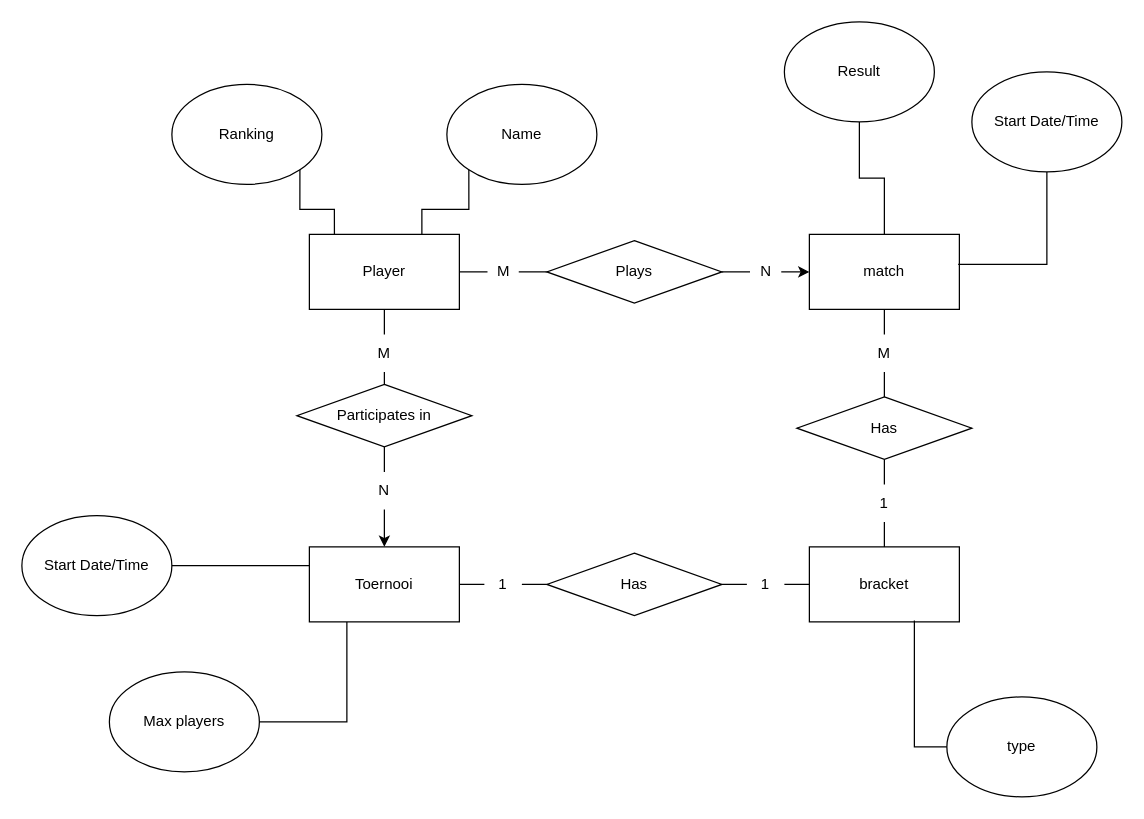
Earlier version of the draw.io diagram SBS conceptueel model.drawio (BartSchool/Semester-2). Source tidied: cells renumbered, new cells numbered last; positions are measured from the earlier drawing's top-left corner, leaving out a move shared by most shapes. Both pictures are drawn from the tidied source at 125%, with x=0, y=0 at pixel (21, 21).
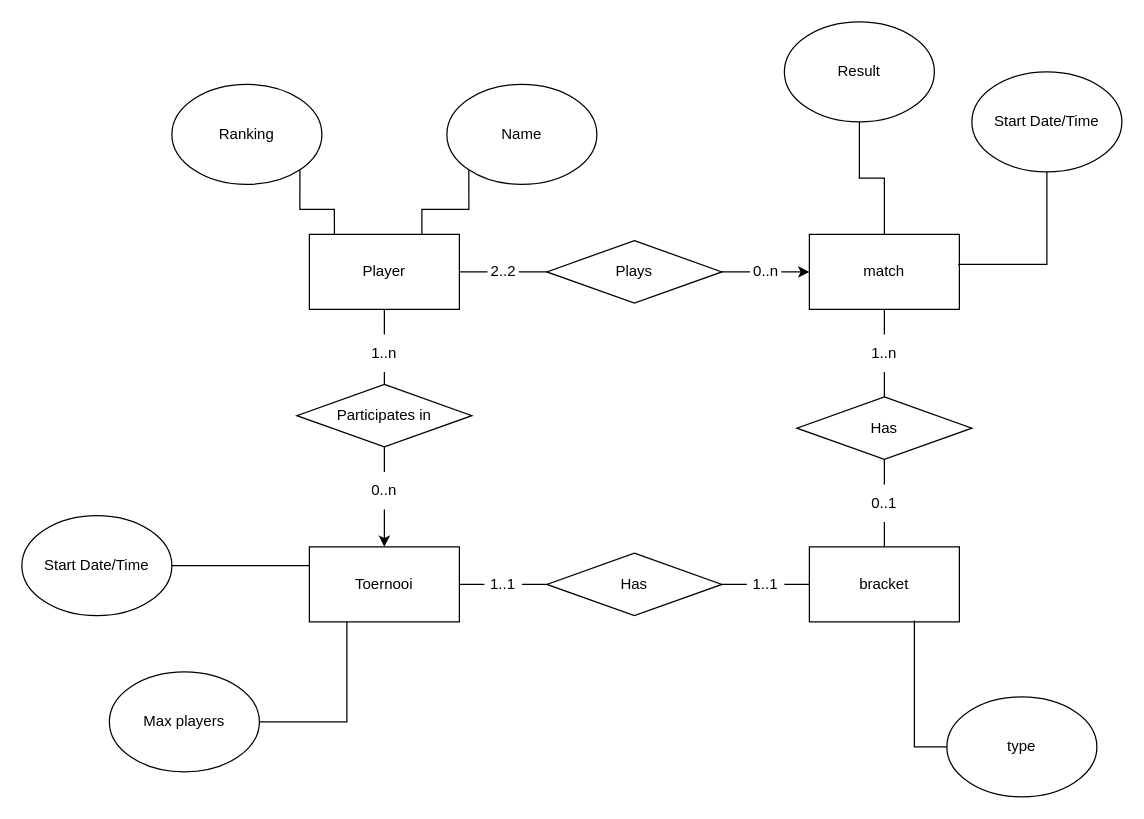
The same diagram, later.

What changed in the source:
```diff
@@
-    <mxCell id="12" value="M" style="text;html=1;strokeColor=none;fillColor=none;align=center;verticalAlign=middle;whiteSpace=wrap;rounded=0;" parent="1" vertex="1">
+    <mxCell id="12" value="1..n" style="text;html=1;strokeColor=none;fillColor=none;align=center;verticalAlign=middle;whiteSpace=wrap;rounded=0;" parent="1" vertex="1">
       <mxGeometry x="260" y="250" width="60" height="30" as="geometry" />
     </mxCell>
-    <mxCell id="13" value="N" style="text;html=1;strokeColor=none;fillColor=none;align=center;verticalAlign=middle;whiteSpace=wrap;rounded=0;" parent="1" vertex="1">
+    <mxCell id="13" value="0..n" style="text;html=1;strokeColor=none;fillColor=none;align=center;verticalAlign=middle;whiteSpace=wrap;rounded=0;" parent="1" vertex="1">
       <mxGeometry x="260" y="360" width="60" height="30" as="geometry" />
     </mxCell>
@@
-    <mxCell id="18" value="1" style="text;html=1;strokeColor=none;fillColor=none;align=center;verticalAlign=middle;whiteSpace=wrap;rounded=0;" parent="1" vertex="1">
+    <mxCell id="18" value="1..1" style="text;html=1;strokeColor=none;fillColor=none;align=center;verticalAlign=middle;whiteSpace=wrap;rounded=0;" parent="1" vertex="1">
       <mxGeometry x="370" y="435" width="30" height="30" as="geometry" />
     </mxCell>
@@
-    <mxCell id="20" value="1" style="text;html=1;strokeColor=none;fillColor=none;align=center;verticalAlign=middle;whiteSpace=wrap;rounded=0;" parent="1" vertex="1">
+    <mxCell id="20" value="1..1" style="text;html=1;strokeColor=none;fillColor=none;align=center;verticalAlign=middle;whiteSpace=wrap;rounded=0;" parent="1" vertex="1">
       <mxGeometry x="580" y="435" width="30" height="30" as="geometry" />
     </mxCell>
@@
-    <mxCell id="24" value="1" style="text;html=1;strokeColor=none;fillColor=none;align=center;verticalAlign=middle;whiteSpace=wrap;rounded=0;" parent="1" vertex="1">
+    <mxCell id="24" value="0..1" style="text;html=1;strokeColor=none;fillColor=none;align=center;verticalAlign=middle;whiteSpace=wrap;rounded=0;" parent="1" vertex="1">
       <mxGeometry x="675" y="370" width="30" height="30" as="geometry" />
     </mxCell>
@@
-    <mxCell id="26" value="M" style="text;html=1;strokeColor=none;fillColor=none;align=center;verticalAlign=middle;whiteSpace=wrap;rounded=0;" parent="1" vertex="1">
+    <mxCell id="26" value="1..n" style="text;html=1;strokeColor=none;fillColor=none;align=center;verticalAlign=middle;whiteSpace=wrap;rounded=0;" parent="1" vertex="1">
       <mxGeometry x="660" y="250" width="60" height="30" as="geometry" />
     </mxCell>
@@
-    <mxCell id="34" value="N" style="text;html=1;strokeColor=none;fillColor=none;align=center;verticalAlign=middle;whiteSpace=wrap;rounded=0;" parent="1" vertex="1">
+    <mxCell id="34" value="0..n" style="text;html=1;strokeColor=none;fillColor=none;align=center;verticalAlign=middle;whiteSpace=wrap;rounded=0;" parent="1" vertex="1">
       <mxGeometry x="582.5" y="185" width="25" height="30" as="geometry" />
     </mxCell>
@@
-    <mxCell id="36" value="M" style="text;html=1;strokeColor=none;fillColor=none;align=center;verticalAlign=middle;whiteSpace=wrap;rounded=0;" parent="1" vertex="1">
+    <mxCell id="36" value="2..2" style="text;html=1;strokeColor=none;fillColor=none;align=center;verticalAlign=middle;whiteSpace=wrap;rounded=0;" parent="1" vertex="1">
       <mxGeometry x="372.5" y="185" width="25" height="30" as="geometry" />
     </mxCell>
```
